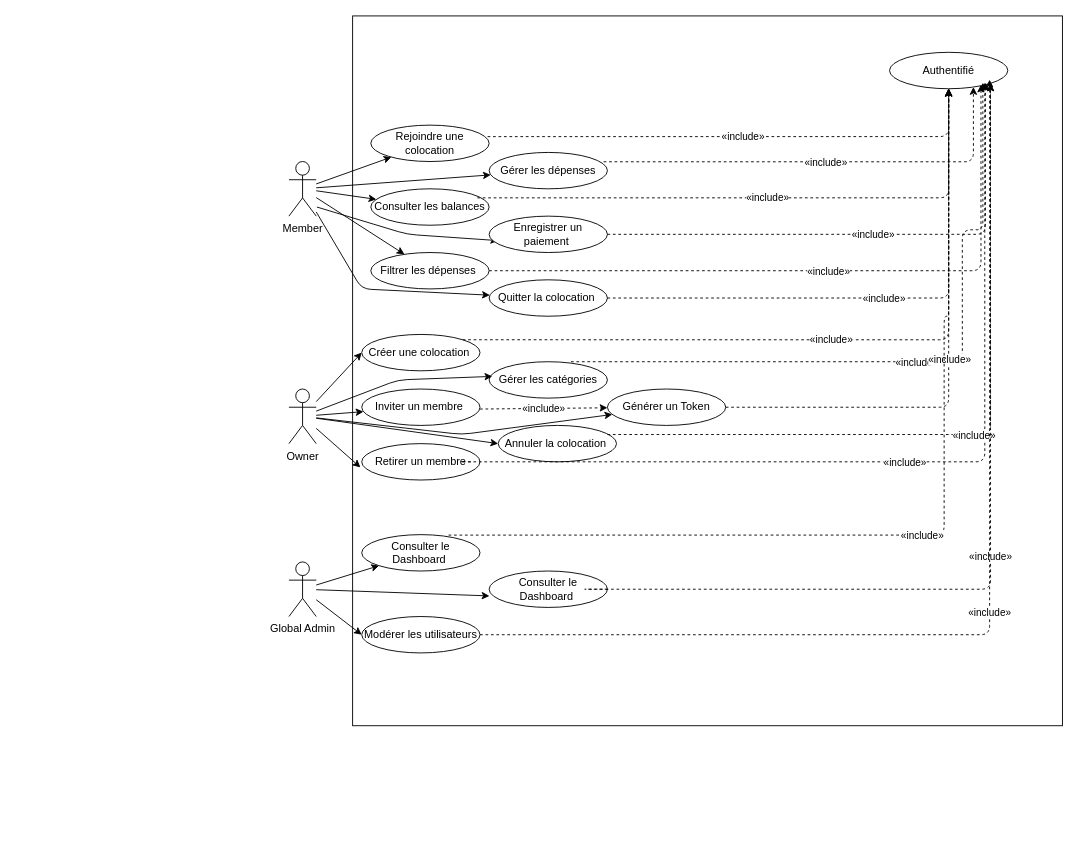
Before: useCase.drawio in khalidelyounssi/EasyColoc, a draw.io diagram. Source tidied: cells renumbered, new cells numbered last; positions are measured from the earlier drawing's top-left corner, leaving out a move shared by most shapes. Both pictures are drawn from the tidied source at 91%, with x=0, y=0 at pixel (288, 15).
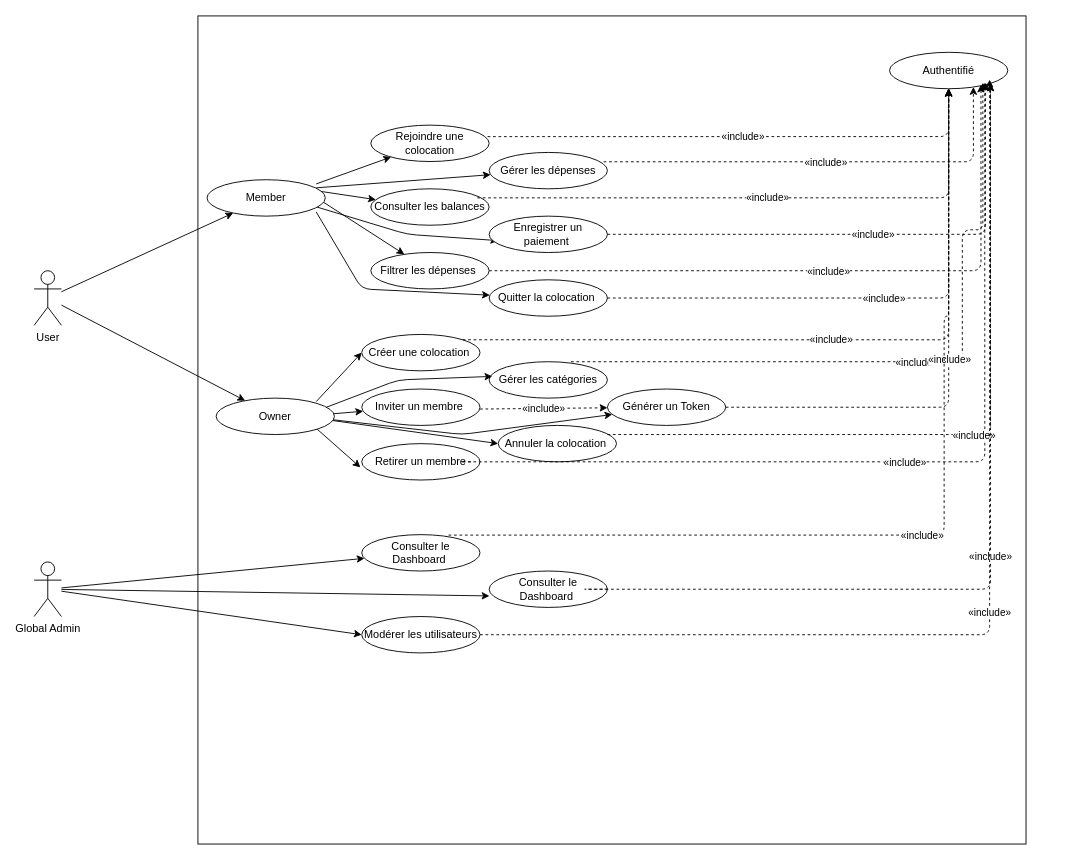
Above is the later version.

The change refers to these unchanged cells:
```xml
<mxCell id="19" value="Rejoindre une colocation" style="ellipse;whiteSpace=wrap;html=1;" parent="1" vertex="1">
  <mxGeometry x="90" y="120" width="130" height="40" as="geometry" />
</mxCell>
<mxCell id="20" value="Gérer les dépenses" style="ellipse;whiteSpace=wrap;html=1;" parent="1" vertex="1">
  <mxGeometry x="220" y="150" width="130" height="40" as="geometry" />
</mxCell>
<mxCell id="21" value="Consulter les balances" style="ellipse;whiteSpace=wrap;html=1;" parent="1" vertex="1">
  <mxGeometry x="90" y="190" width="130" height="40" as="geometry" />
</mxCell>
<mxCell id="23" value="Filtrer les dépenses&amp;nbsp;" style="ellipse;whiteSpace=wrap;html=1;" parent="1" vertex="1">
  <mxGeometry x="90" y="260" width="130" height="40" as="geometry" />
</mxCell>
<mxCell id="24" value="Quitter la colocation&amp;nbsp;" style="ellipse;whiteSpace=wrap;html=1;" parent="1" vertex="1">
  <mxGeometry x="220" y="290" width="130" height="40" as="geometry" />
</mxCell>
<mxCell id="25" value="Créer une colocation&amp;nbsp;" style="ellipse;whiteSpace=wrap;html=1;" parent="1" vertex="1">
  <mxGeometry x="80" y="350" width="130" height="40" as="geometry" />
</mxCell>
<mxCell id="26" value="Inviter un membre&amp;nbsp;" style="ellipse;whiteSpace=wrap;html=1;" parent="1" vertex="1">
  <mxGeometry x="80" y="410" width="130" height="40" as="geometry" />
</mxCell>
<mxCell id="27" value="Retirer un membre" style="ellipse;whiteSpace=wrap;html=1;" parent="1" vertex="1">
  <mxGeometry x="80" y="470" width="130" height="40" as="geometry" />
</mxCell>
<mxCell id="28" value="Gérer les catégories" style="ellipse;whiteSpace=wrap;html=1;" parent="1" vertex="1">
  <mxGeometry x="220" y="380" width="130" height="40" as="geometry" />
</mxCell>
<mxCell id="29" value="Annuler la colocation&amp;nbsp;" style="ellipse;whiteSpace=wrap;html=1;" parent="1" vertex="1">
  <mxGeometry x="230" y="450" width="130" height="40" as="geometry" />
</mxCell>
<mxCell id="35" value="Générer un Token" style="ellipse;whiteSpace=wrap;html=1;" parent="1" vertex="1">
  <mxGeometry x="350" y="410" width="130" height="40" as="geometry" />
</mxCell>
```

The edit, as a diff of the source:
```diff
@@
     <mxCell id="2" style="whiteSpace=wrap;html=1;" parent="1" vertex="1">
-      <mxGeometry x="70" width="780" height="780" as="geometry" />
+      <mxGeometry x="-100" width="910" height="910" as="geometry" />
     </mxCell>
-    <mxCell id="3" style="edgeStyle=none;html=1;" parent="1" edge="1" source="9" target="19">
-      <mxGeometry relative="1" as="geometry" />
+    <mxCell id="3" style="edgeStyle=none;html=1;" parent="1" edge="1" target="19">
+      <mxGeometry relative="1" as="geometry">
+        <mxPoint x="30" y="184.6" as="sourcePoint" />
+      </mxGeometry>
     </mxCell>
-    <mxCell id="4" style="edgeStyle=none;html=1;" parent="1" edge="1" source="9" target="20">
-      <mxGeometry relative="1" as="geometry" />
+    <mxCell id="4" style="edgeStyle=none;html=1;" parent="1" edge="1" target="20">
+      <mxGeometry relative="1" as="geometry">
+        <mxPoint x="30" y="188.9" as="sourcePoint" />
+      </mxGeometry>
     </mxCell>
-    <mxCell id="5" style="edgeStyle=none;html=1;" parent="1" edge="1" source="9" target="21">
-      <mxGeometry relative="1" as="geometry" />
+    <mxCell id="5" style="edgeStyle=none;html=1;" parent="1" edge="1" target="21">
+      <mxGeometry relative="1" as="geometry">
+        <mxPoint x="30" y="192.1" as="sourcePoint" />
+      </mxGeometry>
     </mxCell>
@@
-    <mxCell id="7" style="edgeStyle=none;html=1;" parent="1" edge="1" source="9" target="23">
-      <mxGeometry relative="1" as="geometry" />
+    <mxCell id="7" style="edgeStyle=none;html=1;" parent="1" edge="1" target="23">
+      <mxGeometry relative="1" as="geometry">
+        <mxPoint x="30" y="199.6" as="sourcePoint" />
+      </mxGeometry>
     </mxCell>
-    <mxCell id="8" style="edgeStyle=none;html=1;" parent="1" edge="1" source="9" target="24">
+    <mxCell id="8" style="edgeStyle=none;html=1;" parent="1" edge="1" target="24">
       <mxGeometry relative="1" as="geometry">
+        <mxPoint x="30" y="215.4" as="sourcePoint" />
         <Array as="points">
           <mxPoint x="80" y="300" />
         </Array>
       </mxGeometry>
     </mxCell>
-    <mxCell id="9" value="Member" style="shape=umlActor;verticalLabelPosition=bottom;verticalAlign=top;html=1;outlineConnect=0;" parent="1" vertex="1">
-      <mxGeometry y="160" width="30" height="60" as="geometry" />
-    </mxCell>
-    <mxCell id="10" style="edgeStyle=none;html=1;entryX=0;entryY=0.5;entryDx=0;entryDy=0;" parent="1" edge="1" source="14" target="25">
-      <mxGeometry relative="1" as="geometry" />
+    <mxCell id="10" style="edgeStyle=none;html=1;entryX=0;entryY=0.5;entryDx=0;entryDy=0;" parent="1" edge="1" target="25">
+      <mxGeometry relative="1" as="geometry">
+        <mxPoint x="30" y="423.8" as="sourcePoint" />
+      </mxGeometry>
     </mxCell>
-    <mxCell id="11" style="edgeStyle=none;html=1;" parent="1" edge="1" source="14" target="26">
-      <mxGeometry relative="1" as="geometry" />
+    <mxCell id="11" style="edgeStyle=none;html=1;" parent="1" edge="1" target="26">
+      <mxGeometry relative="1" as="geometry">
+        <mxPoint x="30" y="438.8" as="sourcePoint" />
+      </mxGeometry>
     </mxCell>
-    <mxCell id="12" style="edgeStyle=none;html=1;" parent="1" edge="1" source="14" target="35">
+    <mxCell id="12" style="edgeStyle=none;html=1;" parent="1" edge="1" target="35">
       <mxGeometry relative="1" as="geometry">
+        <mxPoint x="30" y="441.7" as="sourcePoint" />
         <Array as="points">
           <mxPoint x="190" y="460" />
         </Array>
       </mxGeometry>
     </mxCell>
-    <mxCell id="13" style="edgeStyle=none;html=1;entryX=0;entryY=0.5;entryDx=0;entryDy=0;" parent="1" edge="1" source="14" target="29">
-      <mxGeometry relative="1" as="geometry" />
+    <mxCell id="13" style="edgeStyle=none;html=1;entryX=0;entryY=0.5;entryDx=0;entryDy=0;" parent="1" edge="1" target="29">
+      <mxGeometry relative="1" as="geometry">
+        <mxPoint x="30" y="442.1" as="sourcePoint" />
+      </mxGeometry>
     </mxCell>
-    <mxCell id="14" value="Owner" style="shape=umlActor;verticalLabelPosition=bottom;verticalAlign=top;html=1;outlineConnect=0;" parent="1" vertex="1">
-      <mxGeometry y="410" width="30" height="60" as="geometry" />
-    </mxCell>
@@
     <mxCell id="17" value="Global Admin" style="shape=umlActor;verticalLabelPosition=bottom;verticalAlign=top;html=1;outlineConnect=0;" parent="1" vertex="1">
-      <mxGeometry y="600" width="30" height="60" as="geometry" />
+      <mxGeometry x="-280" y="600" width="30" height="60" as="geometry" />
     </mxCell>
@@
-    <mxCell id="64" style="edgeStyle=none;html=1;entryX=0.027;entryY=0.403;entryDx=0;entryDy=0;entryPerimeter=0;" parent="1" edge="1" source="14" target="28">
+    <mxCell id="64" style="edgeStyle=none;html=1;entryX=0.027;entryY=0.403;entryDx=0;entryDy=0;entryPerimeter=0;" parent="1" edge="1" target="28">
       <mxGeometry relative="1" as="geometry">
+        <mxPoint x="30" y="434.3" as="sourcePoint" />
         <Array as="points">
           <mxPoint x="120" y="400" />
         </Array>
       </mxGeometry>
     </mxCell>
-    <mxCell id="65" style="edgeStyle=none;html=1;entryX=-0.011;entryY=0.653;entryDx=0;entryDy=0;entryPerimeter=0;" parent="1" edge="1" source="14" target="27">
-      <mxGeometry relative="1" as="geometry" />
+    <mxCell id="65" style="edgeStyle=none;html=1;entryX=-0.011;entryY=0.653;entryDx=0;entryDy=0;entryPerimeter=0;" parent="1" edge="1" target="27">
+      <mxGeometry relative="1" as="geometry">
+        <mxPoint x="30" y="453.2" as="sourcePoint" />
+      </mxGeometry>
     </mxCell>
@@
+    <mxCell id="9" value="&lt;span style=&quot;color: rgb(0, 0, 0); text-wrap-mode: nowrap;&quot;&gt;Member&lt;/span&gt;" style="ellipse;whiteSpace=wrap;html=1;" parent="1" vertex="1">
+      <mxGeometry x="-90" y="180" width="130" height="40" as="geometry" />
+    </mxCell>
+    <mxCell id="14" value="&lt;span style=&quot;color: rgb(0, 0, 0); text-wrap-mode: nowrap;&quot;&gt;Owner&lt;/span&gt;" style="ellipse;whiteSpace=wrap;html=1;" parent="1" vertex="1">
+      <mxGeometry x="-80" y="420" width="130" height="40" as="geometry" />
+    </mxCell>
+    <mxCell id="67" style="edgeStyle=none;html=1;" parent="1" edge="1" source="69" target="9">
+      <mxGeometry relative="1" as="geometry" />
+    </mxCell>
+    <mxCell id="68" style="edgeStyle=none;html=1;" parent="1" edge="1" source="69" target="14">
+      <mxGeometry relative="1" as="geometry" />
+    </mxCell>
+    <mxCell id="69" value="User" style="shape=umlActor;verticalLabelPosition=bottom;verticalAlign=top;html=1;outlineConnect=0;" parent="1" vertex="1">
+      <mxGeometry x="-280" y="280" width="30" height="60" as="geometry" />
+    </mxCell>
```
